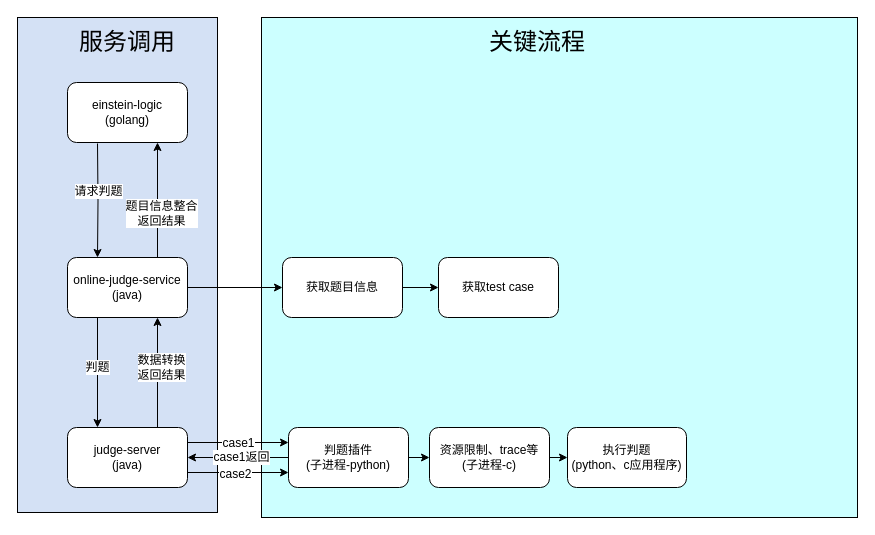
The draw.io diagram 题库.drawio in xiell2016/hetaoDesign, before the edit. Source tidied: cells renumbered, new cells numbered last; positions are measured from the earlier drawing's top-left corner, leaving out a move shared by most shapes. Both pictures are drawn from the tidied source at 100%, with x=0, y=0 at pixel (17, 17).
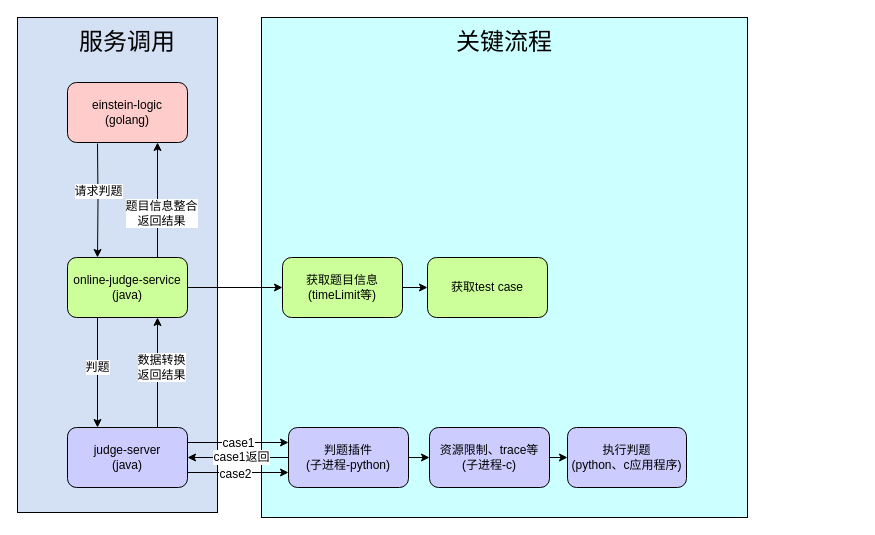
The same diagram, later.

What changed in the source:
```diff
@@
     <mxCell id="3" style="rounded=0;whiteSpace=wrap;html=1;fontFamily=Helvetica;fontSize=12;fillColor=#CCFFFF;" parent="1" vertex="1">
-      <mxGeometry x="244" width="596" height="500" as="geometry" />
+      <mxGeometry x="244" width="486" height="500" as="geometry" />
     </mxCell>
@@
-    <mxCell id="9" value="online-judge-service&lt;br&gt;(java)" style="rounded=1;whiteSpace=wrap;html=1;" parent="1" vertex="1">
+    <mxCell id="9" value="online-judge-service&lt;br&gt;(java)" style="rounded=1;whiteSpace=wrap;html=1;fillColor=#CCFF99;" parent="1" vertex="1">
       <mxGeometry x="50" y="240" width="120" height="60" as="geometry" />
     </mxCell>
@@
-    <mxCell id="16" value="judge-server&lt;br&gt;(java)" style="rounded=1;whiteSpace=wrap;html=1;" parent="1" vertex="1">
+    <mxCell id="16" value="judge-server&lt;br&gt;(java)" style="rounded=1;whiteSpace=wrap;html=1;fillColor=#CCCCFF;" parent="1" vertex="1">
       <mxGeometry x="50" y="410" width="120" height="60" as="geometry" />
     </mxCell>
@@
-    <mxCell id="22" value="判题插件&lt;br&gt;(子进程-python)" style="rounded=1;whiteSpace=wrap;html=1;" parent="1" vertex="1">
+    <mxCell id="22" value="判题插件&lt;br&gt;(子进程-python)" style="rounded=1;whiteSpace=wrap;html=1;fillColor=#CCCCFF;" parent="1" vertex="1">
       <mxGeometry x="271" y="410" width="120" height="60" as="geometry" />
     </mxCell>
@@
-    <mxCell id="24" value="einstein-logic&lt;br&gt;(golang)" style="rounded=1;whiteSpace=wrap;html=1;" parent="1" vertex="1">
+    <mxCell id="24" value="einstein-logic&lt;br&gt;(golang)" style="rounded=1;whiteSpace=wrap;html=1;fillColor=#FFCCCC;" parent="1" vertex="1">
       <mxGeometry x="50" y="65" width="120" height="60" as="geometry" />
     </mxCell>
-    <mxCell id="25" value="资源限制、trace等&lt;br&gt;(子进程-c)" style="rounded=1;whiteSpace=wrap;html=1;" parent="1" vertex="1">
+    <mxCell id="25" value="资源限制、trace等&lt;br&gt;(子进程-c)" style="rounded=1;whiteSpace=wrap;html=1;fillColor=#CCCCFF;" parent="1" vertex="1">
       <mxGeometry x="412" y="410" width="120" height="60" as="geometry" />
     </mxCell>
-    <mxCell id="26" value="执行判题&lt;br&gt;(python、c应用程序)" style="rounded=1;whiteSpace=wrap;html=1;" parent="1" vertex="1">
+    <mxCell id="26" value="执行判题&lt;br&gt;(python、c应用程序)" style="rounded=1;whiteSpace=wrap;html=1;fillColor=#CCCCFF;" parent="1" vertex="1">
       <mxGeometry x="550" y="410" width="119" height="60" as="geometry" />
     </mxCell>
@@
-    <mxCell id="28" value="获取题目信息" style="rounded=1;whiteSpace=wrap;html=1;" parent="1" vertex="1">
+    <mxCell id="28" value="获取题目信息&lt;br&gt;(timeLimit等)" style="rounded=1;whiteSpace=wrap;html=1;fillColor=#CCFF99;" parent="1" vertex="1">
       <mxGeometry x="265" y="240" width="120" height="60" as="geometry" />
     </mxCell>
-    <mxCell id="29" value="获取test case" style="rounded=1;whiteSpace=wrap;html=1;" parent="1" vertex="1">
-      <mxGeometry x="421" y="240" width="120" height="60" as="geometry" />
+    <mxCell id="29" value="获取test case" style="rounded=1;whiteSpace=wrap;html=1;fillColor=#CCFF99;" parent="1" vertex="1">
+      <mxGeometry x="410" y="240" width="120" height="60" as="geometry" />
     </mxCell>
@@
     <mxCell id="31" value="&lt;span style=&quot;font-size: 24px;&quot;&gt;关键流程&lt;/span&gt;" style="text;html=1;strokeColor=none;fillColor=none;align=center;verticalAlign=middle;whiteSpace=wrap;rounded=0;fontSize=12;fontFamily=Helvetica;" parent="1" vertex="1">
-      <mxGeometry x="470" y="10" width="100" height="30" as="geometry" />
+      <mxGeometry x="437" y="10" width="100" height="30" as="geometry" />
     </mxCell>
```
